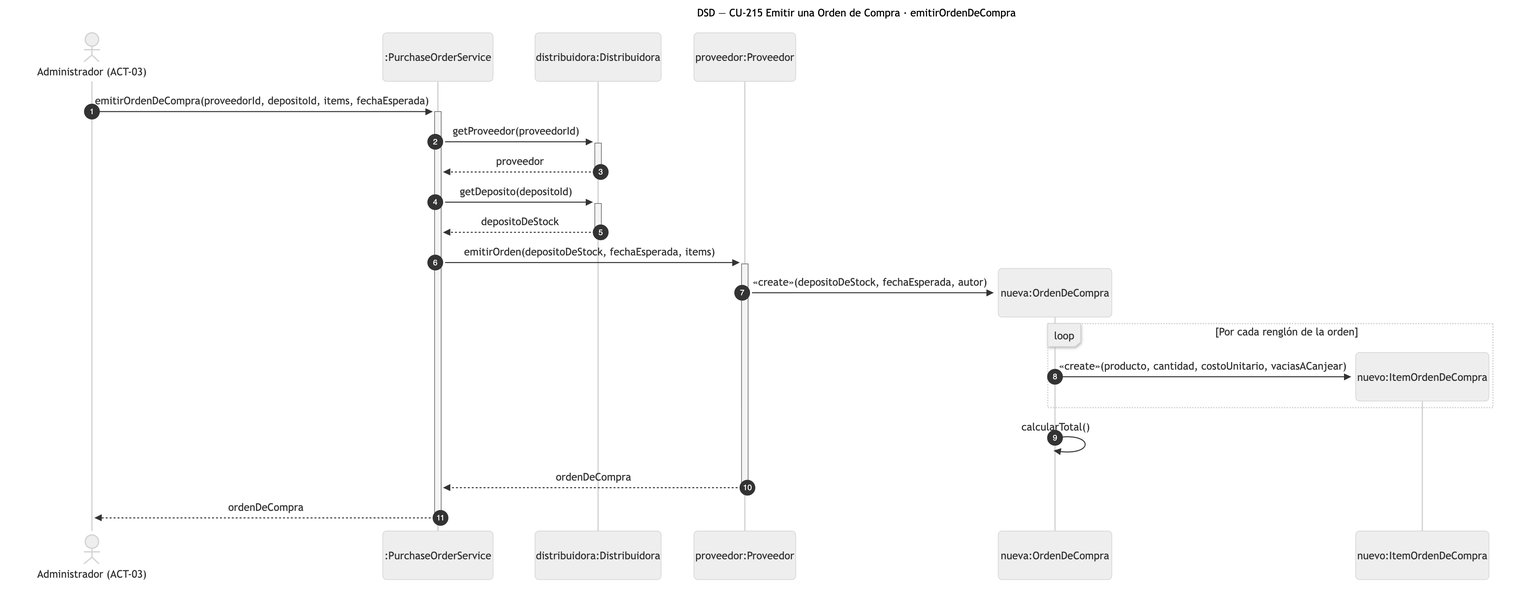
The Mermaid diagram diagramas/png/DSD_CU-215_emitirOrdenDeCompra.png in Nahuelito-Dev/splg-docs, before a commit. Its source is kept beside it as diagramas/DSD_CU-215_emitirOrdenDeCompra.mmd. Source of this version:
```mermaid
sequenceDiagram
    title DSD — CU-215 Emitir una Orden de Compra · emitirOrdenDeCompra
    autonumber
    actor ADM as Administrador (ACT-03)
    participant SRV as :PurchaseOrderService
    participant DIS as distribuidora:Distribuidora
    participant PRV as proveedor:Proveedor

    ADM->>+SRV: emitirOrdenDeCompra(proveedorId, depositoId, items, fechaEsperada)
    SRV->>+DIS: getProveedor(proveedorId)
    DIS-->>-SRV: proveedor
    SRV->>+DIS: getDeposito(depositoId)
    DIS-->>-SRV: depositoDeStock
    SRV->>+PRV: emitirOrden(depositoDeStock, fechaEsperada, items)
    create participant ORD as nueva:OrdenDeCompra
    PRV->>ORD: «create»(depositoDeStock, fechaEsperada, autor)
    loop Por cada renglón de la orden
        create participant ITO as nuevo:ItemOrdenDeCompra
        ORD->>ITO: «create»(producto, cantidad, costoUnitario, vaciasACanjear)
    end
    ORD->>ORD: calcularTotal()
    PRV-->>-SRV: ordenDeCompra
    SRV-->>-ADM: ordenDeCompra
```
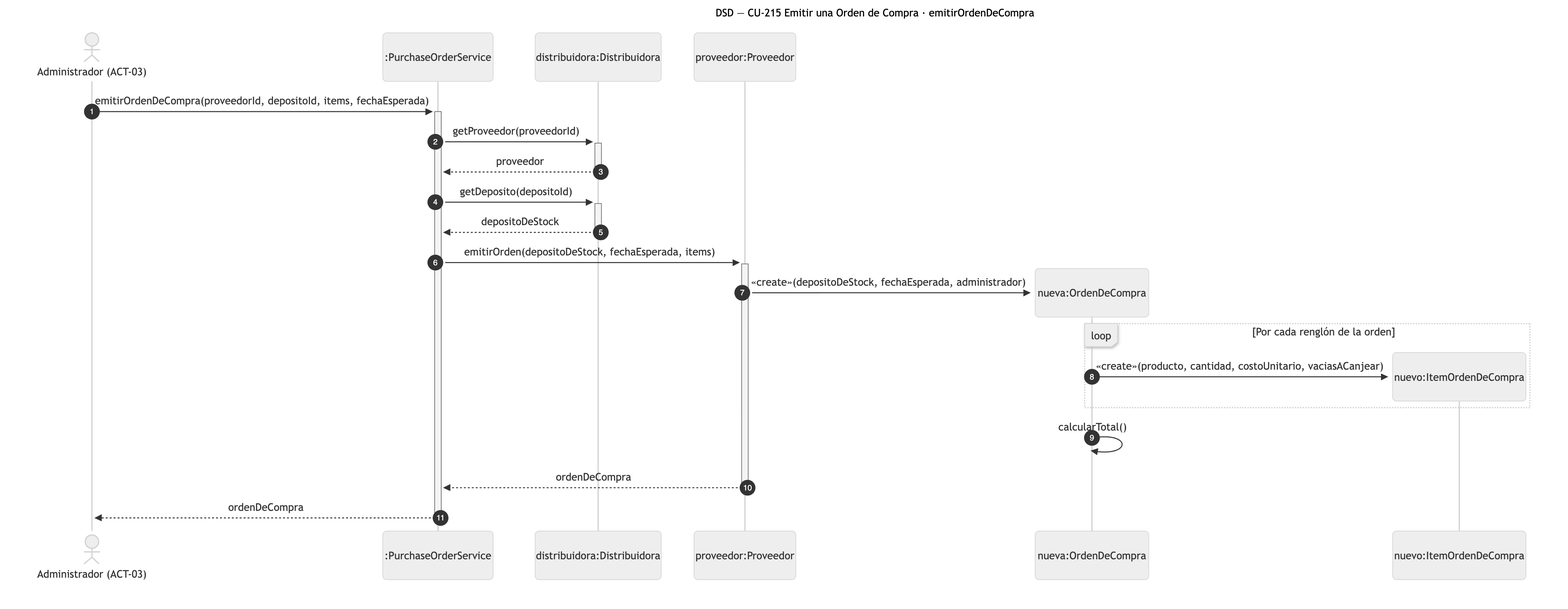
The same diagram one commit later.

What changed in the source:
```diff
@@ -13,7 +13,7 @@
     DIS-->>-SRV: depositoDeStock
     SRV->>+PRV: emitirOrden(depositoDeStock, fechaEsperada, items)
     create participant ORD as nueva:OrdenDeCompra
-    PRV->>ORD: «create»(depositoDeStock, fechaEsperada, autor)
+    PRV->>ORD: «create»(depositoDeStock, fechaEsperada, administrador)
     loop Por cada renglón de la orden
         create participant ITO as nuevo:ItemOrdenDeCompra
         ORD->>ITO: «create»(producto, cantidad, costoUnitario, vaciasACanjear)
```
